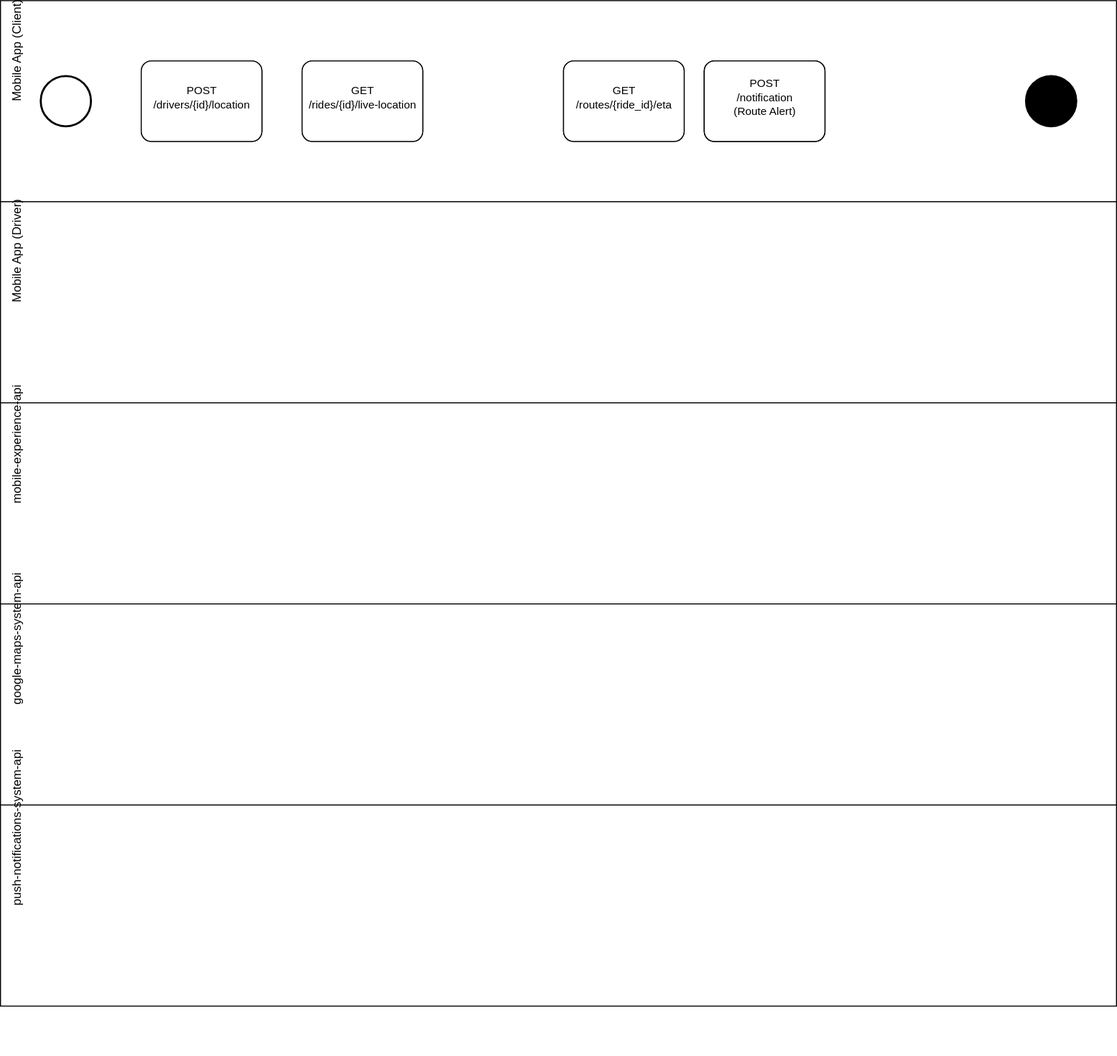
This is architecture/diagrams/use-cases/real-time-ride-tracking-use-case.drawio.svg from RideXpress/docs, a draw.io export, as it was before one commit. Source tidied: cells renumbered, new cells last; positions are measured from the earlier drawing's top-left corner, leaving out a move shared by most shapes.
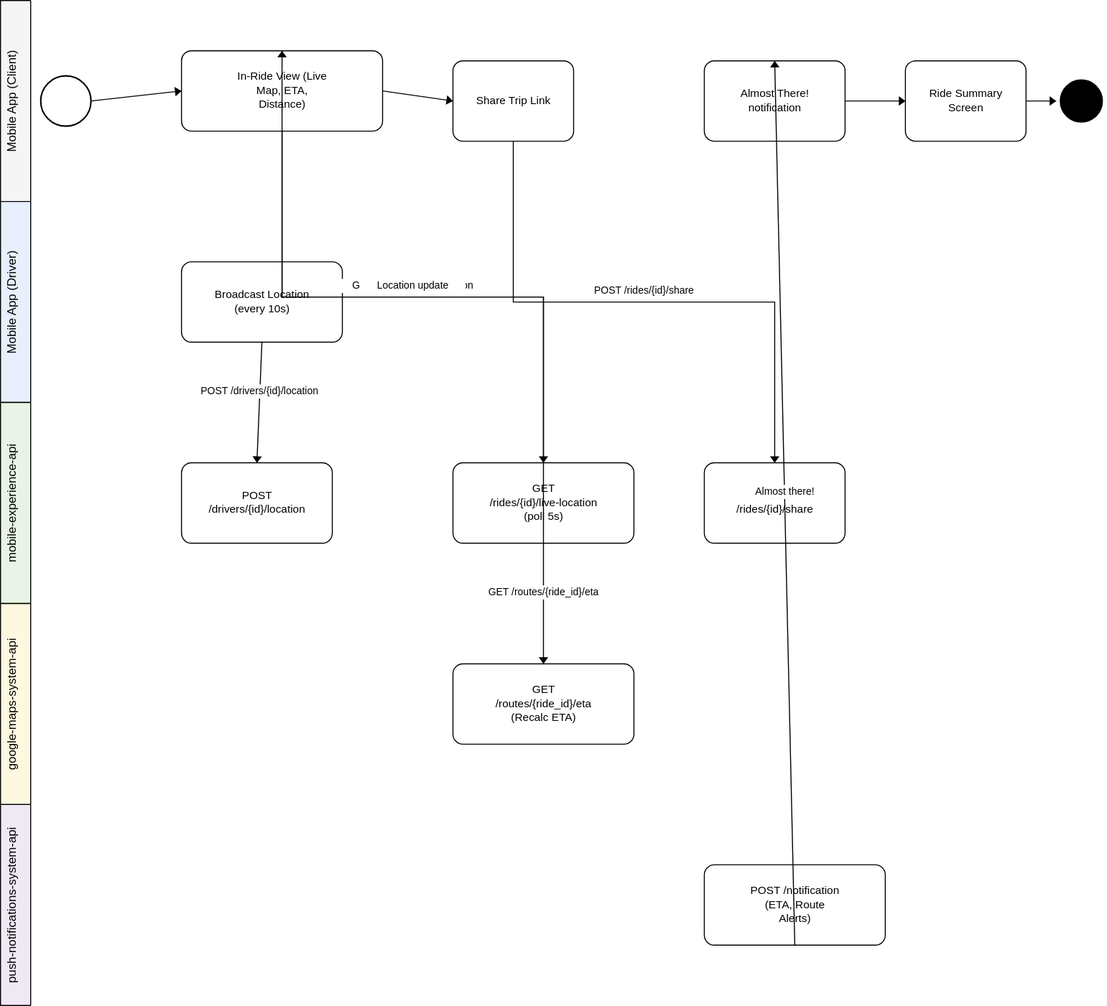
Later version of the same file.

What changed in the source:
```diff
@@ -1,102 +1,105 @@
 <mxGraphModel>
   <root>
-    <mxCell id="0" />
-    <mxCell id="1" parent="0" />
+    <mxCell id="34" />
+    <mxCell id="35" parent="34" />
-    <mxCell id="2" value="Mobile App (Client)" style="swimlane;horizontal=0;whiteSpace=wrap;html=1;" parent="1" vertex="1">
-      <mxGeometry width="1110" height="200" as="geometry" />
+    <mxCell id="2" value="Mobile App (Client)" style="swimlane;horizontal=0;whiteSpace=wrap;html=1;" parent="35" vertex="1">
+      <mxGeometry width="1100" height="200" as="geometry" />
     </mxCell>
-    <mxCell id="3" value="Mobile App (Driver)" style="swimlane;horizontal=0;whiteSpace=wrap;html=1;" parent="1" vertex="1">
-      <mxGeometry y="200" width="1110" height="200" as="geometry" />
+    <mxCell id="3" value="Mobile App (Driver)" style="swimlane;horizontal=0;whiteSpace=wrap;html=1;" parent="35" vertex="1">
+      <mxGeometry y="200" width="1100" height="200" as="geometry" />
     </mxCell>
-    <mxCell id="4" value="mobile-experience-api" style="swimlane;horizontal=0;whiteSpace=wrap;html=1;" parent="1" vertex="1">
-      <mxGeometry y="400" width="1110" height="200" as="geometry" />
+    <mxCell id="4" value="mobile-experience-api" style="swimlane;horizontal=0;whiteSpace=wrap;html=1;" parent="35" vertex="1">
+      <mxGeometry y="400" width="1100" height="200" as="geometry" />
     </mxCell>
-    <mxCell id="5" value="google-maps-system-api" style="swimlane;horizontal=0;whiteSpace=wrap;html=1;" parent="1" vertex="1">
-      <mxGeometry y="600" width="1110" height="200" as="geometry" />
+    <mxCell id="5" value="google-maps-system-api" style="swimlane;horizontal=0;whiteSpace=wrap;html=1;" parent="35" vertex="1">
+      <mxGeometry y="600" width="1100" height="200" as="geometry" />
     </mxCell>
-    <mxCell id="6" value="push-notifications-system-api" style="swimlane;horizontal=0;whiteSpace=wrap;html=1;" parent="1" vertex="1">
-      <mxGeometry y="800" width="1110" height="200" as="geometry" />
+    <mxCell id="6" value="push-notifications-system-api" style="swimlane;horizontal=0;whiteSpace=wrap;html=1;" parent="35" vertex="1">
+      <mxGeometry y="800" width="1100" height="200" as="geometry" />
     </mxCell>
-    <mxCell id="7" style="points=[[0.145,0.145,0],[0.5,0,0],[0.855,0.145,0],[1,0.5,0],[0.855,0.855,0],[0.5,1,0],[0.145,0.855,0],[0,0.5,0]];shape=mxgraph.bpmn.event;html=1;verticalLabelPosition=bottom;labelBackgroundColor=#ffffff;verticalAlign=top;align=center;perimeter=ellipsePerimeter;outlineConnect=0;outline=standard;symbol=general;" parent="3" vertex="1">
+    <mxCell id="7" style="points=[[0.145,0.145,0],[0.5,0,0],[0.855,0.145,0],[1,0.5,0],[0.855,0.855,0],[0.5,1,0],[0.145,0.855,0],[0,0.5,0]];shape=mxgraph.bpmn.event;html=1;verticalLabelPosition=bottom;labelBackgroundColor=#ffffff;verticalAlign=top;align=center;perimeter=ellipsePerimeter;outlineConnect=0;outline=standard;symbol=general;" parent="2" vertex="1">
       <mxGeometry x="40" y="75" width="50" height="50" as="geometry" />
     </mxCell>
+    <mxCell id="36" value="In-Ride View (Live Map, ETA, Distance)" style="points=[[0.25,0,0],[0.5,0,0],[0.75,0,0],[1,0.25,0],[1,0.5,0],[1,0.75,0],[0.75,1,0],[0.5,1,0],[0.25,1,0],[0,0.75,0],[0,0.5,0],[0,0.25,0]];shape=mxgraph.bpmn.task;whiteSpace=wrap;rectStyle=rounded;size=10;html=1;taskMarker=abstract;" parent="2" vertex="1">
+      <mxGeometry x="180" y="50" width="200" height="80" as="geometry" />
+    </mxCell>
+    <mxCell id="37" value="Share Trip Link" style="points=[[0.25,0,0],[0.5,0,0],[0.75,0,0],[1,0.25,0],[1,0.5,0],[1,0.75,0],[0.75,1,0],[0.5,1,0],[0.25,1,0],[0,0.75,0],[0,0.5,0],[0,0.25,0]];shape=mxgraph.bpmn.task;whiteSpace=wrap;rectStyle=rounded;size=10;html=1;taskMarker=abstract;" parent="2" vertex="1">
+      <mxGeometry x="450" y="60" width="120" height="80" as="geometry" />
+    </mxCell>
+    <mxCell id="38" value="Almost There! notification" style="points=[[0.25,0,0],[0.5,0,0],[0.75,0,0],[1,0.25,0],[1,0.5,0],[1,0.75,0],[0.75,1,0],[0.5,1,0],[0.25,1,0],[0,0.75,0],[0,0.5,0],[0,0.25,0]];shape=mxgraph.bpmn.task;whiteSpace=wrap;rectStyle=rounded;size=10;html=1;taskMarker=abstract;" parent="2" vertex="1">
+      <mxGeometry x="700" y="60" width="140" height="80" as="geometry" />
+    </mxCell>
+    <mxCell id="39" value="Ride Summary Screen" style="points=[[0.25,0,0],[0.5,0,0],[0.75,0,0],[1,0.25,0],[1,0.5,0],[1,0.75,0],[0.75,1,0],[0.5,1,0],[0.25,1,0],[0,0.75,0],[0,0.5,0],[0,0.25,0]];shape=mxgraph.bpmn.task;whiteSpace=wrap;rectStyle=rounded;size=10;html=1;taskMarker=abstract;" parent="2" vertex="1">
+      <mxGeometry x="900" y="60" width="120" height="80" as="geometry" />
+    </mxCell>
+    <mxCell id="40" style="ellipse;whiteSpace=wrap;html=1;fillColor=#000000;" parent="2" vertex="1">
+      <mxGeometry x="1050" y="75" width="50" height="50" as="geometry" />
+    </mxCell>
     <mxCell id="8" value="Broadcast Location (every 10s)" style="points=[[0.25,0,0],[0.5,0,0],[0.75,0,0],[1,0.25,0],[1,0.5,0],[1,0.75,0],[0.75,1,0],[0.5,1,0],[0.25,1,0],[0,0.75,0],[0,0.5,0],[0,0.25,0]];shape=mxgraph.bpmn.task;whiteSpace=wrap;rectStyle=rounded;size=10;html=1;taskMarker=abstract;" parent="3" vertex="1">
-      <mxGeometry x="140" y="60" width="120" height="80" as="geometry" />
+      <mxGeometry x="180" y="60" width="160" height="80" as="geometry" />
     </mxCell>
     <mxCell id="9" value="POST /drivers/{id}/location" style="points=[[0.25,0,0],[0.5,0,0],[0.75,0,0],[1,0.25,0],[1,0.5,0],[1,0.75,0],[0.75,1,0],[0.5,1,0],[0.25,1,0],[0,0.75,0],[0,0.5,0],[0,0.25,0]];shape=mxgraph.bpmn.task;whiteSpace=wrap;rectStyle=rounded;size=10;html=1;taskMarker=abstract;" parent="4" vertex="1">
-      <mxGeometry x="140" y="60" width="120" height="80" as="geometry" />
+      <mxGeometry x="180" y="60" width="150" height="80" as="geometry" />
     </mxCell>
-    <mxCell id="10" value="Poll Location (every 5s)" style="points=[[0.25,0,0],[0.5,0,0],[0.75,0,0],[1,0.25,0],[1,0.5,0],[1,0.75,0],[0.75,1,0],[0.5,1,0],[0.25,1,0],[0,0.75,0],[0,0.5,0],[0,0.25,0]];shape=mxgraph.bpmn.task;whiteSpace=wrap;rectStyle=rounded;size=10;html=1;taskMarker=abstract;" parent="2" vertex="1">
-      <mxGeometry x="300" y="60" width="120" height="80" as="geometry" />
-    </mxCell>
+    <mxCell id="41" value="GET /rides/{id}/live-location (poll 5s)" style="points=[[0.25,0,0],[0.5,0,0],[0.75,0,0],[1,0.25,0],[1,0.5,0],[1,0.75,0],[0.75,1,0],[0.5,1,0],[0.25,1,0],[0,0.75,0],[0,0.5,0],[0,0.25,0]];shape=mxgraph.bpmn.task;whiteSpace=wrap;rectStyle=rounded;size=10;html=1;taskMarker=abstract;" parent="4" vertex="1">
+      <mxGeometry x="450" y="60" width="180" height="80" as="geometry" />
+    </mxCell>
+    <mxCell id="14" value="POST /rides/{id}/share" style="points=[[0.25,0,0],[0.5,0,0],[0.75,0,0],[1,0.25,0],[1,0.5,0],[1,0.75,0],[0.75,1,0],[0.5,1,0],[0.25,1,0],[0,0.75,0],[0,0.5,0],[0,0.25,0]];shape=mxgraph.bpmn.task;whiteSpace=wrap;rectStyle=rounded;size=10;html=1;taskMarker=abstract;" parent="4" vertex="1">
+      <mxGeometry x="700" y="60" width="140" height="80" as="geometry" />
+    </mxCell>
+    <mxCell id="42" value="GET /routes/{ride_id}/eta (Recalc ETA)" style="points=[[0.25,0,0],[0.5,0,0],[0.75,0,0],[1,0.25,0],[1,0.5,0],[1,0.75,0],[0.75,1,0],[0.5,1,0],[0.25,1,0],[0,0.75,0],[0,0.5,0],[0,0.25,0]];shape=mxgraph.bpmn.task;whiteSpace=wrap;rectStyle=rounded;size=10;html=1;taskMarker=abstract;" parent="5" vertex="1">
+      <mxGeometry x="450" y="60" width="180" height="80" as="geometry" />
+    </mxCell>
+    <mxCell id="43" value="POST /notification (ETA, Route Alerts)" style="points=[[0.25,0,0],[0.5,0,0],[0.75,0,0],[1,0.25,0],[1,0.5,0],[1,0.75,0],[0.75,1,0],[0.5,1,0],[0.25,1,0],[0,0.75,0],[0,0.5,0],[0,0.25,0]];shape=mxgraph.bpmn.task;whiteSpace=wrap;rectStyle=rounded;size=10;html=1;taskMarker=abstract;" parent="6" vertex="1">
+      <mxGeometry x="700" y="60" width="180" height="80" as="geometry" />
+    </mxCell>
+    <mxCell id="44" style="edgeStyle=orthogonalEdgeStyle;rounded=0;jettySize=auto;html=1;" parent="35" edge="1" source="7" target="36">
+      <mxGeometry relative="1" as="geometry" />
+    </mxCell>
+    <mxCell id="19" style="edgeStyle=orthogonalEdgeStyle;rounded=0;jettySize=auto;html=1;" parent="35" edge="1" source="8" target="9">
+      <mxGeometry relative="1" as="geometry" />
+    </mxCell>
+    <mxCell id="45" value="POST /drivers/{id}/location" style="edgeLabel;html=1;align=center;verticalAlign=middle;" parent="19" vertex="1">
+      <mxGeometry relative="1" as="geometry" />
+    </mxCell>
+    <mxCell id="46" style="edgeStyle=orthogonalEdgeStyle;rounded=0;jettySize=auto;html=1;" parent="35" edge="1" source="36" target="41">
+      <mxGeometry relative="1" as="geometry" />
+    </mxCell>
-    <mxCell id="11" value="GET /rides/{id}/live-location" style="points=[[0.25,0,0],[0.5,0,0],[0.75,0,0],[1,0.25,0],[1,0.5,0],[1,0.75,0],[0.75,1,0],[0.5,1,0],[0.25,1,0],[0,0.75,0],[0,0.5,0],[0,0.25,0]];shape=mxgraph.bpmn.task;whiteSpace=wrap;rectStyle=rounded;size=10;html=1;taskMarker=abstract;" parent="4" vertex="1">
-      <mxGeometry x="300" y="60" width="120" height="80" as="geometry" />
+    <mxCell id="11" value="GET /rides/{id}/live-location" style="edgeLabel;html=1;align=center;verticalAlign=middle;points=[];" parent="46" vertex="1">
+      <mxGeometry relative="1" as="geometry" />
     </mxCell>
-    <mxCell id="12" value="Show Live Map + ETA" style="points=[[0.25,0,0],[0.5,0,0],[0.75,0,0],[1,0.25,0],[1,0.5,0],[1,0.75,0],[0.75,1,0],[0.5,1,0],[0.25,1,0],[0,0.75,0],[0,0.5,0],[0,0.25,0]];shape=mxgraph.bpmn.task;whiteSpace=wrap;rectStyle=rounded;size=10;html=1;taskMarker=abstract;" parent="2" vertex="1">
-      <mxGeometry x="560" y="60" width="120" height="80" as="geometry" />
-    </mxCell>
-    <mxCell id="13" value="Share Trip" style="points=[[0.25,0,0],[0.5,0,0],[0.75,0,0],[1,0.25,0],[1,0.5,0],[1,0.75,0],[0.75,1,0],[0.5,1,0],[0.25,1,0],[0,0.75,0],[0,0.5,0],[0,0.25,0]];shape=mxgraph.bpmn.task;whiteSpace=wrap;rectStyle=rounded;size=10;html=1;taskMarker=abstract;" parent="2" vertex="1">
-      <mxGeometry x="700" y="60" width="120" height="80" as="geometry" />
-    </mxCell>
-    <mxCell id="14" value="POST /rides/{id}/share" style="points=[[0.25,0,0],[0.5,0,0],[0.75,0,0],[1,0.25,0],[1,0.5,0],[1,0.75,0],[0.75,1,0],[0.5,1,0],[0.25,1,0],[0,0.75,0],[0,0.5,0],[0,0.25,0]];shape=mxgraph.bpmn.task;whiteSpace=wrap;rectStyle=rounded;size=10;html=1;taskMarker=abstract;" parent="4" vertex="1">
-      <mxGeometry x="700" y="60" width="120" height="80" as="geometry" />
-    </mxCell>
+    <mxCell id="47" style="edgeStyle=orthogonalEdgeStyle;rounded=0;jettySize=auto;html=1;" parent="35" edge="1" source="41" target="42">
+      <mxGeometry relative="1" as="geometry" />
+    </mxCell>
-    <mxCell id="15" value="GET /routes/{ride_id}/eta" style="points=[[0.25,0,0],[0.5,0,0],[0.75,0,0],[1,0.25,0],[1,0.5,0],[1,0.75,0],[0.75,1,0],[0.5,1,0],[0.25,1,0],[0,0.75,0],[0,0.5,0],[0,0.25,0]];shape=mxgraph.bpmn.task;whiteSpace=wrap;rectStyle=rounded;size=10;html=1;taskMarker=abstract;" parent="5" vertex="1">
-      <mxGeometry x="560" y="60" width="120" height="80" as="geometry" />
+    <mxCell id="15" value="GET /routes/{ride_id}/eta" style="edgeLabel;html=1;align=center;verticalAlign=middle;points=[];" parent="47" vertex="1">
+      <mxGeometry relative="1" as="geometry" />
     </mxCell>
-    <mxCell id="16" value="POST /notification (Route Alert)" style="points=[[0.25,0,0],[0.5,0,0],[0.75,0,0],[1,0.25,0],[1,0.5,0],[1,0.75,0],[0.75,1,0],[0.5,1,0],[0.25,1,0],[0,0.75,0],[0,0.5,0],[0,0.25,0]];shape=mxgraph.bpmn.task;whiteSpace=wrap;rectStyle=rounded;size=10;html=1;taskMarker=abstract;" parent="6" vertex="1">
-      <mxGeometry x="700" y="60" width="120" height="80" as="geometry" />
-    </mxCell>
-    <mxCell id="17" style="ellipse;whiteSpace=wrap;html=1;fillColor=#000000;" parent="2" vertex="1">
-      <mxGeometry x="1020" y="75" width="50" height="50" as="geometry" />
-    </mxCell>
-    <mxCell id="18" style="edgeStyle=orthogonalEdgeStyle;rounded=0;jettySize=auto;html=1;" parent="3" edge="1" source="7" target="8">
-      <mxGeometry relative="1" as="geometry" />
-    </mxCell>
-    <mxCell id="19" style="edgeStyle=orthogonalEdgeStyle;rounded=0;jettySize=auto;html=1;" parent="1" edge="1" source="8" target="9">
-      <mxGeometry relative="1" as="geometry" />
-    </mxCell>
-    <mxCell id="20" value="POST location" style="edgeLabel;html=1;align=center;verticalAlign=middle;" parent="19" vertex="1">
-      <mxGeometry relative="1" as="geometry" />
-    </mxCell>
-    <mxCell id="21" style="edgeStyle=orthogonalEdgeStyle;rounded=0;jettySize=auto;html=1;" parent="1" edge="1" source="10" target="11">
-      <mxGeometry relative="1" as="geometry" />
-    </mxCell>
-    <mxCell id="22" value="GET live-location" style="edgeLabel;html=1;align=center;verticalAlign=middle;" parent="21" vertex="1">
-      <mxGeometry relative="1" as="geometry" />
-    </mxCell>
-    <mxCell id="23" style="edgeStyle=orthogonalEdgeStyle;rounded=0;jettySize=auto;html=1;" parent="1" edge="1" source="11" target="12">
-      <mxGeometry relative="1" as="geometry" />
-    </mxCell>
-    <mxCell id="24" value="Location data" style="edgeLabel;html=1;align=center;verticalAlign=middle;" parent="23" vertex="1">
-      <mxGeometry relative="1" as="geometry" />
-    </mxCell>
-    <mxCell id="25" style="edgeStyle=orthogonalEdgeStyle;rounded=0;jettySize=auto;html=1;" parent="1" edge="1" source="12" target="15">
-      <mxGeometry relative="1" as="geometry" />
-    </mxCell>
-    <mxCell id="26" value="Recalculate ETA" style="edgeLabel;html=1;align=center;verticalAlign=middle;" parent="25" vertex="1">
-      <mxGeometry relative="1" as="geometry" />
-    </mxCell>
-    <mxCell id="27" style="edgeStyle=orthogonalEdgeStyle;rounded=0;jettySize=auto;html=1;" parent="1" edge="1" source="15" target="12">
-      <mxGeometry relative="1" as="geometry" />
-    </mxCell>
-    <mxCell id="28" value="Updated ETA" style="edgeLabel;html=1;align=center;verticalAlign=middle;" parent="27" vertex="1">
-      <mxGeometry relative="1" as="geometry" />
-    </mxCell>
-    <mxCell id="29" style="edgeStyle=orthogonalEdgeStyle;rounded=0;jettySize=auto;html=1;" parent="1" edge="1" source="13" target="14">
-      <mxGeometry relative="1" as="geometry" />
-    </mxCell>
-    <mxCell id="30" value="POST share" style="edgeLabel;html=1;align=center;verticalAlign=middle;" parent="29" vertex="1">
-      <mxGeometry relative="1" as="geometry" />
-    </mxCell>
-    <mxCell id="31" style="edgeStyle=orthogonalEdgeStyle;rounded=0;jettySize=auto;html=1;" parent="1" edge="1" source="16" target="17">
-      <mxGeometry relative="1" as="geometry" />
-    </mxCell>
-    <mxCell id="32" value="Alert sent" style="edgeLabel;html=1;align=center;verticalAlign=middle;" parent="31" vertex="1">
-      <mxGeometry relative="1" as="geometry" />
-    </mxCell>
-    <mxCell id="33" style="edgeStyle=orthogonalEdgeStyle;rounded=0;jettySize=auto;html=1;" parent="2" edge="1" source="12" target="17">
-      <mxGeometry relative="1" as="geometry" />
-    </mxCell>
+    <mxCell id="48" style="edgeStyle=orthogonalEdgeStyle;rounded=0;jettySize=auto;html=1;" parent="35" edge="1" source="41" target="36">
+      <mxGeometry relative="1" as="geometry" />
+    </mxCell>
+    <mxCell id="49" value="Location update" style="edgeLabel;html=1;align=center;verticalAlign=middle;" parent="48" vertex="1">
+      <mxGeometry relative="1" as="geometry" />
+    </mxCell>
+    <mxCell id="50" style="edgeStyle=orthogonalEdgeStyle;rounded=0;jettySize=auto;html=1;" parent="35" edge="1" source="37" target="14">
+      <mxGeometry relative="1" as="geometry" />
+    </mxCell>
+    <mxCell id="51" value="POST /rides/{id}/share" style="edgeLabel;html=1;align=center;verticalAlign=middle;" parent="50" vertex="1">
+      <mxGeometry relative="1" as="geometry" />
+    </mxCell>
+    <mxCell id="52" style="edgeStyle=orthogonalEdgeStyle;rounded=0;jettySize=auto;html=1;" parent="35" edge="1" source="36" target="37">
+      <mxGeometry relative="1" as="geometry" />
+    </mxCell>
+    <mxCell id="53" style="edgeStyle=orthogonalEdgeStyle;rounded=0;jettySize=auto;html=1;" parent="35" edge="1" source="43" target="38">
+      <mxGeometry relative="1" as="geometry" />
+    </mxCell>
+    <mxCell id="54" value="Almost there!" style="edgeLabel;html=1;align=center;verticalAlign=middle;" parent="53" vertex="1">
+      <mxGeometry relative="1" as="geometry" />
+    </mxCell>
+    <mxCell id="55" style="edgeStyle=orthogonalEdgeStyle;rounded=0;jettySize=auto;html=1;" parent="35" edge="1" source="38" target="39">
+      <mxGeometry relative="1" as="geometry" />
+    </mxCell>
+    <mxCell id="56" style="edgeStyle=orthogonalEdgeStyle;rounded=0;jettySize=auto;html=1;" parent="35" edge="1" source="39" target="40">
+      <mxGeometry relative="1" as="geometry" />
+    </mxCell>
   </root>
 </mxGraphModel>
```
